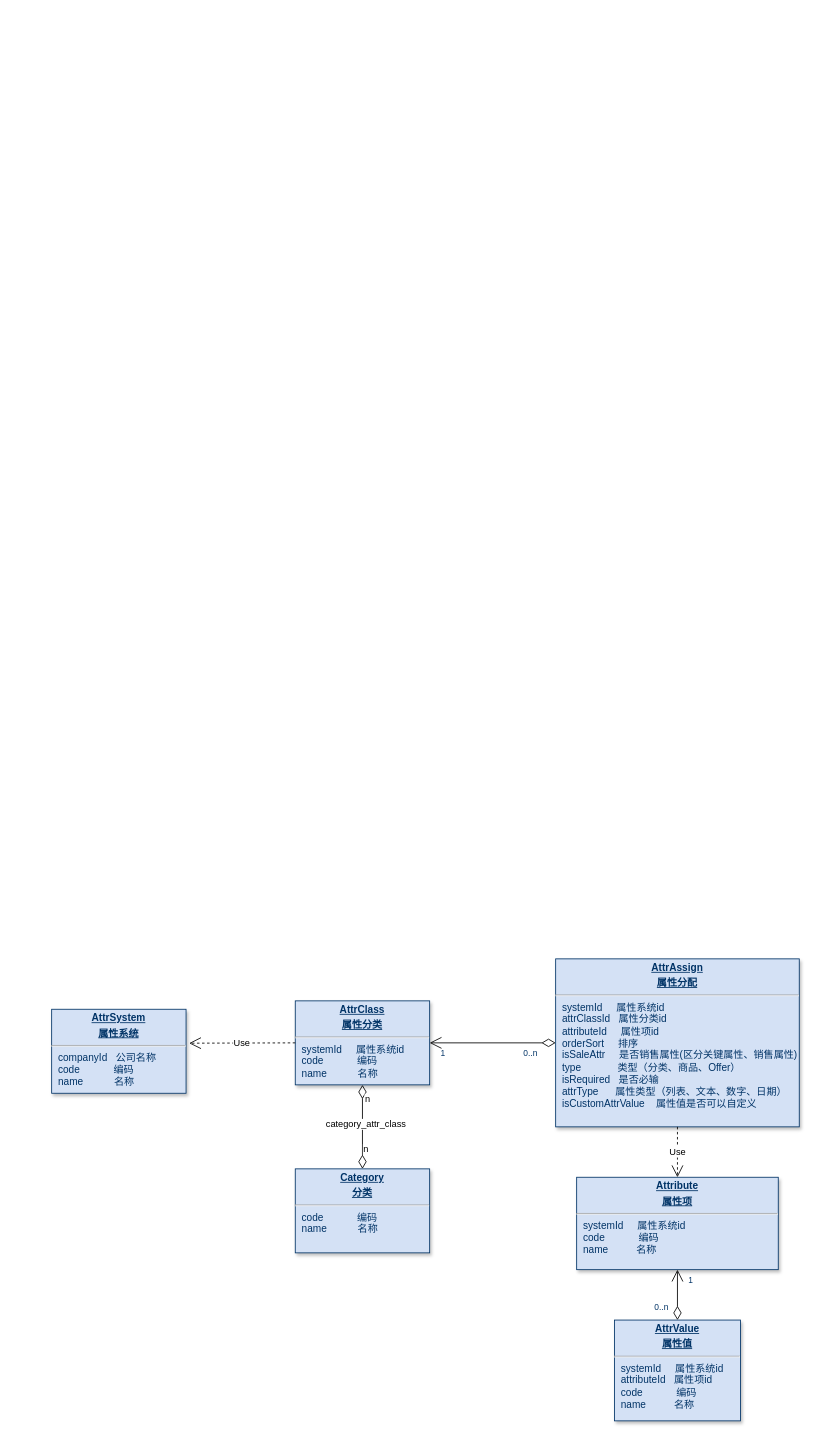
The draw.io diagram 美one-属性项值.drawio in rockywade/draw, before the edit. Source tidied: cells renumbered, new cells numbered last; positions are measured from the earlier drawing's top-left corner, leaving out a move shared by most shapes. Both pictures are drawn from the tidied source at 84%, with x=0, y=0 at pixel (51, 958).
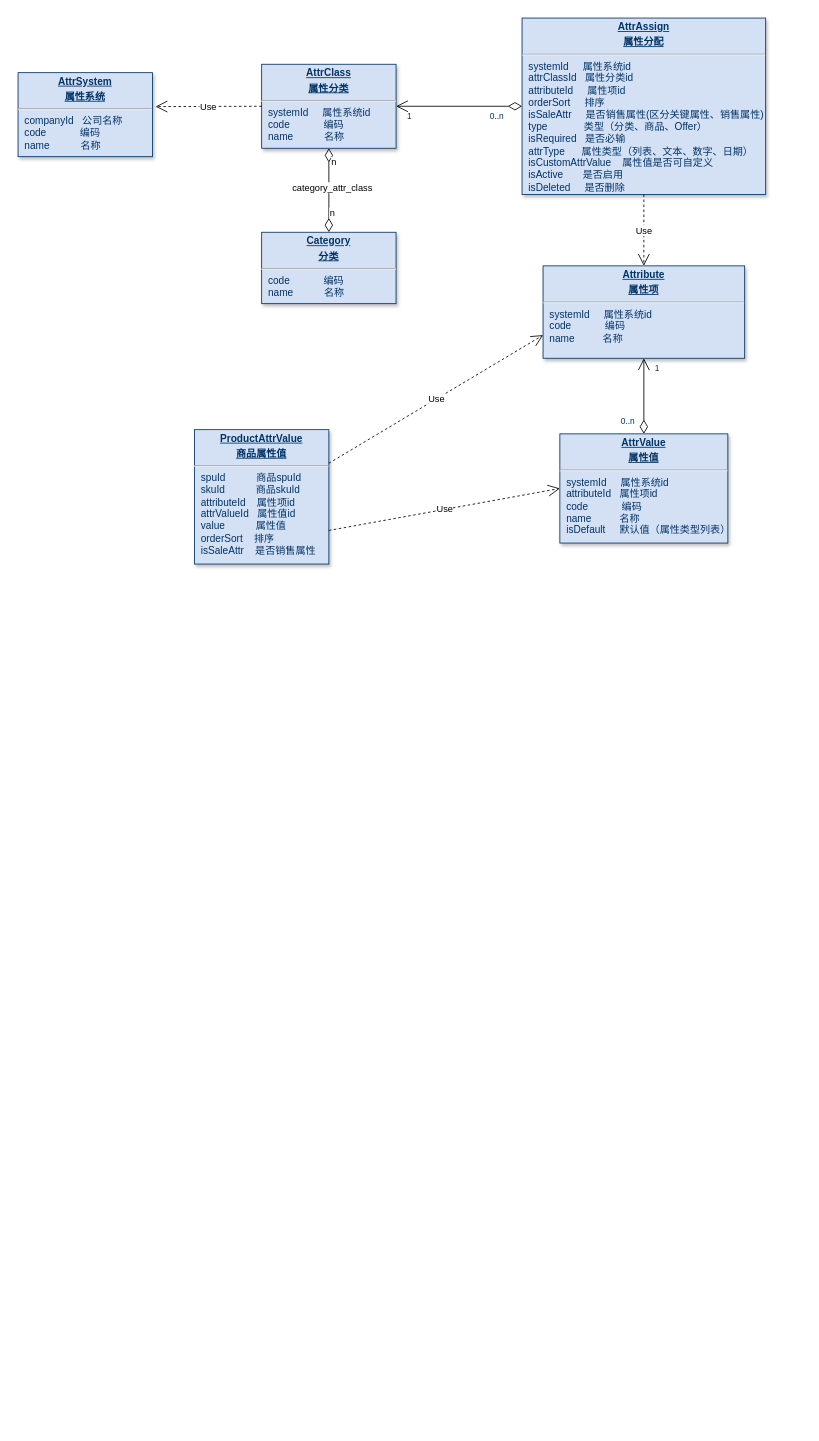
The same diagram, later.

Commit message (it also covers changes not shown here):
更新美one-属性项值.drawio

What changed in the source:
```diff
@@
     <mxCell id="2" value="&lt;p style=&quot;margin: 4px 0px 0px; text-align: center;&quot;&gt;&lt;b&gt;&lt;u&gt;AttrSystem&lt;/u&gt;&lt;/b&gt;&lt;br&gt;&lt;/p&gt;&lt;p style=&quot;margin: 4px 0px 0px; text-align: center;&quot;&gt;&lt;b&gt;&lt;u&gt;属性系统&lt;/u&gt;&lt;/b&gt;&lt;/p&gt;&lt;hr&gt;&lt;p style=&quot;margin: 0px; margin-left: 8px;&quot;&gt;companyId&amp;nbsp; &amp;nbsp;公司名称&lt;/p&gt;&lt;p style=&quot;margin: 0px; margin-left: 8px;&quot;&gt;code&amp;nbsp; &amp;nbsp; &amp;nbsp; &amp;nbsp; &amp;nbsp; &amp;nbsp; 编码&lt;br&gt;&lt;/p&gt;&lt;p style=&quot;margin: 0px; margin-left: 8px;&quot;&gt;name&amp;nbsp; &amp;nbsp; &amp;nbsp; &amp;nbsp; &amp;nbsp; &amp;nbsp;名称&lt;/p&gt;" style="verticalAlign=top;align=left;overflow=fill;fontSize=12;fontFamily=Helvetica;html=1;strokeColor=#003366;shadow=1;fillColor=#D4E1F5;fontColor=#003366;" parent="1" vertex="1">
-      <mxGeometry y="60" width="160" height="100" as="geometry" />
+      <mxGeometry x="-40" y="-1055" width="160" height="100" as="geometry" />
     </mxCell>
     <mxCell id="3" value="&lt;p style=&quot;margin: 4px 0px 0px; text-align: center;&quot;&gt;&lt;b&gt;&lt;u&gt;AttrClass&lt;/u&gt;&lt;/b&gt;&lt;br&gt;&lt;/p&gt;&lt;p style=&quot;margin: 4px 0px 0px; text-align: center;&quot;&gt;&lt;b&gt;&lt;u&gt;属性分类&lt;/u&gt;&lt;/b&gt;&lt;br&gt;&lt;/p&gt;&lt;hr&gt;&lt;p style=&quot;margin: 0px; margin-left: 8px;&quot;&gt;systemId&amp;nbsp; &amp;nbsp; &amp;nbsp;属性系统id&lt;/p&gt;&lt;p style=&quot;margin: 0px; margin-left: 8px;&quot;&gt;code&amp;nbsp; &amp;nbsp; &amp;nbsp; &amp;nbsp; &amp;nbsp; &amp;nbsp; 编码&lt;br&gt;&lt;/p&gt;&lt;p style=&quot;margin: 0px; margin-left: 8px;&quot;&gt;name&amp;nbsp; &amp;nbsp; &amp;nbsp; &amp;nbsp; &amp;nbsp; &amp;nbsp;名称&lt;/p&gt;" style="verticalAlign=top;align=left;overflow=fill;fontSize=12;fontFamily=Helvetica;html=1;strokeColor=#003366;shadow=1;fillColor=#D4E1F5;fontColor=#003366;" parent="1" vertex="1">
-      <mxGeometry x="290" y="50" width="160" height="100" as="geometry" />
+      <mxGeometry x="250" y="-1065" width="160" height="100" as="geometry" />
     </mxCell>
     <mxCell id="4" value="Use" style="endArrow=open;endSize=12;dashed=1;exitX=0;exitY=0.5;exitDx=0;exitDy=0;entryX=1.023;entryY=0.404;entryDx=0;entryDy=0;entryPerimeter=0;" parent="1" edge="1" source="3" target="2">
-      <mxGeometry x="318.9" y="1198.4" as="geometry" />
+      <mxGeometry x="278.9" y="83.4" as="geometry" />
     </mxCell>
@@
     <mxCell id="9" value="&lt;p style=&quot;margin: 4px 0px 0px; text-align: center;&quot;&gt;&lt;b&gt;&lt;u&gt;Category&lt;/u&gt;&lt;/b&gt;&lt;/p&gt;&lt;p style=&quot;margin: 4px 0px 0px; text-align: center;&quot;&gt;&lt;b&gt;&lt;u&gt;分类&lt;/u&gt;&lt;/b&gt;&lt;br&gt;&lt;/p&gt;&lt;hr&gt;&lt;p style=&quot;margin: 0px; margin-left: 8px;&quot;&gt;&lt;span style=&quot;background-color: initial;&quot;&gt;code&amp;nbsp; &amp;nbsp; &amp;nbsp; &amp;nbsp; &amp;nbsp; &amp;nbsp; 编码&lt;/span&gt;&lt;br&gt;&lt;/p&gt;&lt;p style=&quot;margin: 0px; margin-left: 8px;&quot;&gt;name&amp;nbsp; &amp;nbsp; &amp;nbsp; &amp;nbsp; &amp;nbsp; &amp;nbsp;名称&lt;/p&gt;" style="verticalAlign=top;align=left;overflow=fill;fontSize=12;fontFamily=Helvetica;html=1;strokeColor=#003366;shadow=1;fillColor=#D4E1F5;fontColor=#003366;" parent="1" vertex="1">
-      <mxGeometry x="290" y="250" width="160" height="100" as="geometry" />
+      <mxGeometry x="250" y="-865" width="160" height="85" as="geometry" />
     </mxCell>
-    <mxCell id="10" value="&lt;p style=&quot;margin: 4px 0px 0px; text-align: center;&quot;&gt;&lt;b&gt;&lt;u&gt;AttrAssign&lt;/u&gt;&lt;/b&gt;&lt;br&gt;&lt;/p&gt;&lt;p style=&quot;margin: 4px 0px 0px; text-align: center;&quot;&gt;&lt;b&gt;&lt;u&gt;属性分配&lt;/u&gt;&lt;/b&gt;&lt;br&gt;&lt;/p&gt;&lt;hr&gt;&lt;p style=&quot;margin: 0px; margin-left: 8px;&quot;&gt;systemId&amp;nbsp; &amp;nbsp; &amp;nbsp;属性系统id&lt;/p&gt;&lt;p style=&quot;margin: 0px; margin-left: 8px;&quot;&gt;attrClassId&amp;nbsp; &amp;nbsp;属性分类id&lt;br&gt;&lt;/p&gt;&lt;p style=&quot;margin: 0px; margin-left: 8px;&quot;&gt;attributeId&amp;nbsp; &amp;nbsp; &amp;nbsp;属性项id&lt;/p&gt;&lt;p style=&quot;margin: 0px; margin-left: 8px;&quot;&gt;orderSort&amp;nbsp; &amp;nbsp; &amp;nbsp;排序&lt;br&gt;&lt;/p&gt;&lt;p style=&quot;margin: 0px; margin-left: 8px;&quot;&gt;isSaleAttr&amp;nbsp; &amp;nbsp; &amp;nbsp;是否销售属性(区分关键属性、销售属性)&lt;br&gt;&lt;/p&gt;&lt;p style=&quot;margin: 0px; margin-left: 8px;&quot;&gt;type&amp;nbsp; &amp;nbsp; &amp;nbsp; &amp;nbsp; &amp;nbsp; &amp;nbsp; &amp;nbsp;类型（分类、商品、Offer）&lt;br&gt;&lt;/p&gt;&lt;p style=&quot;margin: 0px; margin-left: 8px;&quot;&gt;isRequired&amp;nbsp; &amp;nbsp;是否必输&lt;br&gt;&lt;/p&gt;&lt;p style=&quot;margin: 0px; margin-left: 8px;&quot;&gt;attrType&amp;nbsp; &amp;nbsp; &amp;nbsp; 属性类型（列表、文本、数字、日期）&lt;/p&gt;&lt;p style=&quot;margin: 0px; margin-left: 8px;&quot;&gt;isCustomAttrValue&amp;nbsp; &amp;nbsp; 属性值是否可以自定义&lt;br&gt;&lt;/p&gt;" style="verticalAlign=top;align=left;overflow=fill;fontSize=12;fontFamily=Helvetica;html=1;strokeColor=#003366;shadow=1;fillColor=#D4E1F5;fontColor=#003366;" parent="1" vertex="1">
-      <mxGeometry x="600" width="290" height="200" as="geometry" />
+    <mxCell id="10" value="&lt;p style=&quot;margin: 4px 0px 0px; text-align: center;&quot;&gt;&lt;b&gt;&lt;u&gt;AttrAssign&lt;/u&gt;&lt;/b&gt;&lt;br&gt;&lt;/p&gt;&lt;p style=&quot;margin: 4px 0px 0px; text-align: center;&quot;&gt;&lt;b&gt;&lt;u&gt;属性分配&lt;/u&gt;&lt;/b&gt;&lt;br&gt;&lt;/p&gt;&lt;hr&gt;&lt;p style=&quot;margin: 0px; margin-left: 8px;&quot;&gt;systemId&amp;nbsp; &amp;nbsp; &amp;nbsp;属性系统id&lt;/p&gt;&lt;p style=&quot;margin: 0px; margin-left: 8px;&quot;&gt;attrClassId&amp;nbsp; &amp;nbsp;属性分类id&lt;br&gt;&lt;/p&gt;&lt;p style=&quot;margin: 0px; margin-left: 8px;&quot;&gt;attributeId&amp;nbsp; &amp;nbsp; &amp;nbsp;属性项id&lt;/p&gt;&lt;p style=&quot;margin: 0px; margin-left: 8px;&quot;&gt;orderSort&amp;nbsp; &amp;nbsp; &amp;nbsp;排序&lt;br&gt;&lt;/p&gt;&lt;p style=&quot;margin: 0px; margin-left: 8px;&quot;&gt;isSaleAttr&amp;nbsp; &amp;nbsp; &amp;nbsp;是否销售属性(区分关键属性、销售属性)&lt;br&gt;&lt;/p&gt;&lt;p style=&quot;margin: 0px; margin-left: 8px;&quot;&gt;type&amp;nbsp; &amp;nbsp; &amp;nbsp; &amp;nbsp; &amp;nbsp; &amp;nbsp; &amp;nbsp;类型（分类、商品、Offer）&lt;br&gt;&lt;/p&gt;&lt;p style=&quot;margin: 0px; margin-left: 8px;&quot;&gt;isRequired&amp;nbsp; &amp;nbsp;是否必输&lt;br&gt;&lt;/p&gt;&lt;p style=&quot;margin: 0px; margin-left: 8px;&quot;&gt;attrType&amp;nbsp; &amp;nbsp; &amp;nbsp; 属性类型（列表、文本、数字、日期）&lt;/p&gt;&lt;p style=&quot;margin: 0px; margin-left: 8px;&quot;&gt;isCustomAttrValue&amp;nbsp; &amp;nbsp; 属性值是否可自定义&lt;br&gt;&lt;/p&gt;&lt;p style=&quot;margin: 0px; margin-left: 8px;&quot;&gt;isActive&amp;nbsp; &amp;nbsp; &amp;nbsp; &amp;nbsp;是否启用&lt;/p&gt;&lt;p style=&quot;margin: 0px; margin-left: 8px;&quot;&gt;isDeleted&amp;nbsp; &amp;nbsp; &amp;nbsp;是否删除&lt;/p&gt;" style="verticalAlign=top;align=left;overflow=fill;fontSize=12;fontFamily=Helvetica;html=1;strokeColor=#003366;shadow=1;fillColor=#D4E1F5;fontColor=#003366;" parent="1" vertex="1">
+      <mxGeometry x="560" y="-1120" width="290" height="210" as="geometry" />
     </mxCell>
     <mxCell id="11" style="endArrow=open;endSize=12;startArrow=diamondThin;startSize=14;startFill=0;edgeStyle=orthogonalEdgeStyle;exitX=0;exitY=0.5;exitDx=0;exitDy=0;" parent="1" edge="1" source="10" target="3">
-      <mxGeometry x="479.4" y="536.2" as="geometry" />
+      <mxGeometry x="439.4" y="-578.8" as="geometry" />
     </mxCell>
@@
     <mxCell id="14" value="&lt;p style=&quot;margin: 4px 0px 0px; text-align: center;&quot;&gt;&lt;b&gt;&lt;u&gt;Attribute&lt;/u&gt;&lt;/b&gt;&lt;br&gt;&lt;/p&gt;&lt;p style=&quot;margin: 4px 0px 0px; text-align: center;&quot;&gt;&lt;b&gt;&lt;u&gt;属性项&lt;/u&gt;&lt;/b&gt;&lt;br&gt;&lt;/p&gt;&lt;hr&gt;&lt;p style=&quot;margin: 0px; margin-left: 8px;&quot;&gt;systemId&amp;nbsp; &amp;nbsp; &amp;nbsp;属性系统id&lt;/p&gt;&lt;p style=&quot;margin: 0px; margin-left: 8px;&quot;&gt;code&amp;nbsp; &amp;nbsp; &amp;nbsp; &amp;nbsp; &amp;nbsp; &amp;nbsp; 编码&lt;/p&gt;&lt;p style=&quot;margin: 0px; margin-left: 8px;&quot;&gt;name&amp;nbsp; &amp;nbsp; &amp;nbsp; &amp;nbsp; &amp;nbsp; 名称&lt;br&gt;&lt;/p&gt;" style="verticalAlign=top;align=left;overflow=fill;fontSize=12;fontFamily=Helvetica;html=1;strokeColor=#003366;shadow=1;fillColor=#D4E1F5;fontColor=#003366;" parent="1" vertex="1">
-      <mxGeometry x="625" y="260" width="240" height="110" as="geometry" />
+      <mxGeometry x="585" y="-825" width="240" height="110" as="geometry" />
     </mxCell>
@@
-    <mxCell id="16" value="&lt;p style=&quot;margin: 4px 0px 0px; text-align: center;&quot;&gt;&lt;b&gt;&lt;u&gt;AttrValue&lt;/u&gt;&lt;/b&gt;&lt;br&gt;&lt;/p&gt;&lt;p style=&quot;margin: 4px 0px 0px; text-align: center;&quot;&gt;&lt;b&gt;&lt;u&gt;属性值&lt;/u&gt;&lt;/b&gt;&lt;br&gt;&lt;/p&gt;&lt;hr&gt;&lt;p style=&quot;margin: 0px; margin-left: 8px;&quot;&gt;systemId&amp;nbsp; &amp;nbsp; &amp;nbsp;属性系统id&lt;/p&gt;&lt;p style=&quot;margin: 0px; margin-left: 8px;&quot;&gt;attributeId&amp;nbsp; &amp;nbsp;属性项id&lt;br&gt;&lt;/p&gt;&lt;p style=&quot;margin: 0px; margin-left: 8px;&quot;&gt;code&amp;nbsp; &amp;nbsp; &amp;nbsp; &amp;nbsp; &amp;nbsp; &amp;nbsp; 编码&lt;/p&gt;&lt;p style=&quot;margin: 0px; margin-left: 8px;&quot;&gt;name&amp;nbsp; &amp;nbsp; &amp;nbsp; &amp;nbsp; &amp;nbsp; 名称&lt;br&gt;&lt;/p&gt;" style="verticalAlign=top;align=left;overflow=fill;fontSize=12;fontFamily=Helvetica;html=1;strokeColor=#003366;shadow=1;fillColor=#D4E1F5;fontColor=#003366;" parent="1" vertex="1">
-      <mxGeometry x="670" y="430" width="150" height="120" as="geometry" />
+    <mxCell id="16" value="&lt;p style=&quot;margin: 4px 0px 0px; text-align: center;&quot;&gt;&lt;b&gt;&lt;u&gt;AttrValue&lt;/u&gt;&lt;/b&gt;&lt;br&gt;&lt;/p&gt;&lt;p style=&quot;margin: 4px 0px 0px; text-align: center;&quot;&gt;&lt;b&gt;&lt;u&gt;属性值&lt;/u&gt;&lt;/b&gt;&lt;br&gt;&lt;/p&gt;&lt;hr&gt;&lt;p style=&quot;margin: 0px; margin-left: 8px;&quot;&gt;systemId&amp;nbsp; &amp;nbsp; &amp;nbsp;属性系统id&lt;/p&gt;&lt;p style=&quot;margin: 0px; margin-left: 8px;&quot;&gt;attributeId&amp;nbsp; &amp;nbsp;属性项id&lt;br&gt;&lt;/p&gt;&lt;p style=&quot;margin: 0px; margin-left: 8px;&quot;&gt;code&amp;nbsp; &amp;nbsp; &amp;nbsp; &amp;nbsp; &amp;nbsp; &amp;nbsp; 编码&lt;/p&gt;&lt;p style=&quot;margin: 0px; margin-left: 8px;&quot;&gt;name&amp;nbsp; &amp;nbsp; &amp;nbsp; &amp;nbsp; &amp;nbsp; 名称&lt;br&gt;&lt;/p&gt;&lt;p style=&quot;margin: 0px; margin-left: 8px;&quot;&gt;isDefault&amp;nbsp; &amp;nbsp; &amp;nbsp;默认值（属性类型列表）&lt;/p&gt;" style="verticalAlign=top;align=left;overflow=fill;fontSize=12;fontFamily=Helvetica;html=1;strokeColor=#003366;shadow=1;fillColor=#D4E1F5;fontColor=#003366;" parent="1" vertex="1">
+      <mxGeometry x="605" y="-625" width="200" height="130" as="geometry" />
     </mxCell>
     <mxCell id="17" style="endArrow=open;endSize=12;startArrow=diamondThin;startSize=14;startFill=0;edgeStyle=orthogonalEdgeStyle;exitX=0.5;exitY=0;exitDx=0;exitDy=0;entryX=0.5;entryY=1;entryDx=0;entryDy=0;" parent="1" edge="1" source="16" target="14">
-      <mxGeometry x="489.4" y="546.2" as="geometry" />
+      <mxGeometry x="449.4" y="-568.8" as="geometry" />
     </mxCell>
@@
+    <mxCell id="20" value="&lt;p style=&quot;margin: 4px 0px 0px; text-align: center;&quot;&gt;&lt;b&gt;&lt;u&gt;ProductAttrValue&lt;/u&gt;&lt;/b&gt;&lt;/p&gt;&lt;p style=&quot;margin: 4px 0px 0px; text-align: center;&quot;&gt;&lt;u style=&quot;&quot;&gt;&lt;b&gt;商品属性值&lt;/b&gt;&lt;br&gt;&lt;/u&gt;&lt;/p&gt;&lt;hr&gt;&lt;p style=&quot;margin: 0px; margin-left: 8px;&quot;&gt;&lt;span style=&quot;background-color: initial;&quot;&gt;spuId&amp;nbsp; &amp;nbsp; &amp;nbsp; &amp;nbsp; &amp;nbsp; &amp;nbsp;商品spuId&lt;/span&gt;&lt;br&gt;&lt;/p&gt;&lt;p style=&quot;margin: 0px; margin-left: 8px;&quot;&gt;skuId&amp;nbsp; &amp;nbsp; &amp;nbsp; &amp;nbsp; &amp;nbsp; &amp;nbsp;商品skuId&lt;/p&gt;&lt;p style=&quot;margin: 0px; margin-left: 8px;&quot;&gt;attributeId&amp;nbsp; &amp;nbsp; 属性项id&lt;br&gt;&lt;/p&gt;&lt;p style=&quot;margin: 0px; margin-left: 8px;&quot;&gt;attrValueId&amp;nbsp; &amp;nbsp;属性值id&lt;br&gt;&lt;/p&gt;&lt;p style=&quot;margin: 0px; margin-left: 8px;&quot;&gt;value&amp;nbsp; &amp;nbsp; &amp;nbsp; &amp;nbsp; &amp;nbsp; &amp;nbsp;属性值&lt;br&gt;&lt;/p&gt;&lt;p style=&quot;margin: 0px; margin-left: 8px;&quot;&gt;orderSort&amp;nbsp; &amp;nbsp; 排序&lt;br&gt;&lt;/p&gt;&lt;p style=&quot;margin: 0px; margin-left: 8px;&quot;&gt;isSaleAttr&amp;nbsp; &amp;nbsp; 是否销售属性&lt;br&gt;&lt;/p&gt;" style="verticalAlign=top;align=left;overflow=fill;fontSize=12;fontFamily=Helvetica;html=1;strokeColor=#003366;shadow=1;fillColor=#D4E1F5;fontColor=#003366;" parent="1" vertex="1">
+      <mxGeometry x="170" y="-630" width="160" height="160" as="geometry" />
+    </mxCell>
+    <mxCell id="21" value="Use" style="endArrow=open;endSize=12;dashed=1;html=1;rounded=0;sourcePerimeterSpacing=0;targetPerimeterSpacing=0;jumpSize=6;exitX=1;exitY=0.25;exitDx=0;exitDy=0;entryX=0;entryY=0.75;entryDx=0;entryDy=0;" parent="1" edge="1" source="20" target="14">
+      <mxGeometry relative="1" as="geometry" />
+    </mxCell>
+    <mxCell id="22" value="Use" style="endArrow=open;endSize=12;dashed=1;html=1;rounded=0;sourcePerimeterSpacing=0;targetPerimeterSpacing=0;jumpSize=6;entryX=0;entryY=0.5;entryDx=0;entryDy=0;exitX=1;exitY=0.75;exitDx=0;exitDy=0;" parent="1" edge="1" source="20" target="16">
+      <mxGeometry relative="1" as="geometry" />
+    </mxCell>
```
